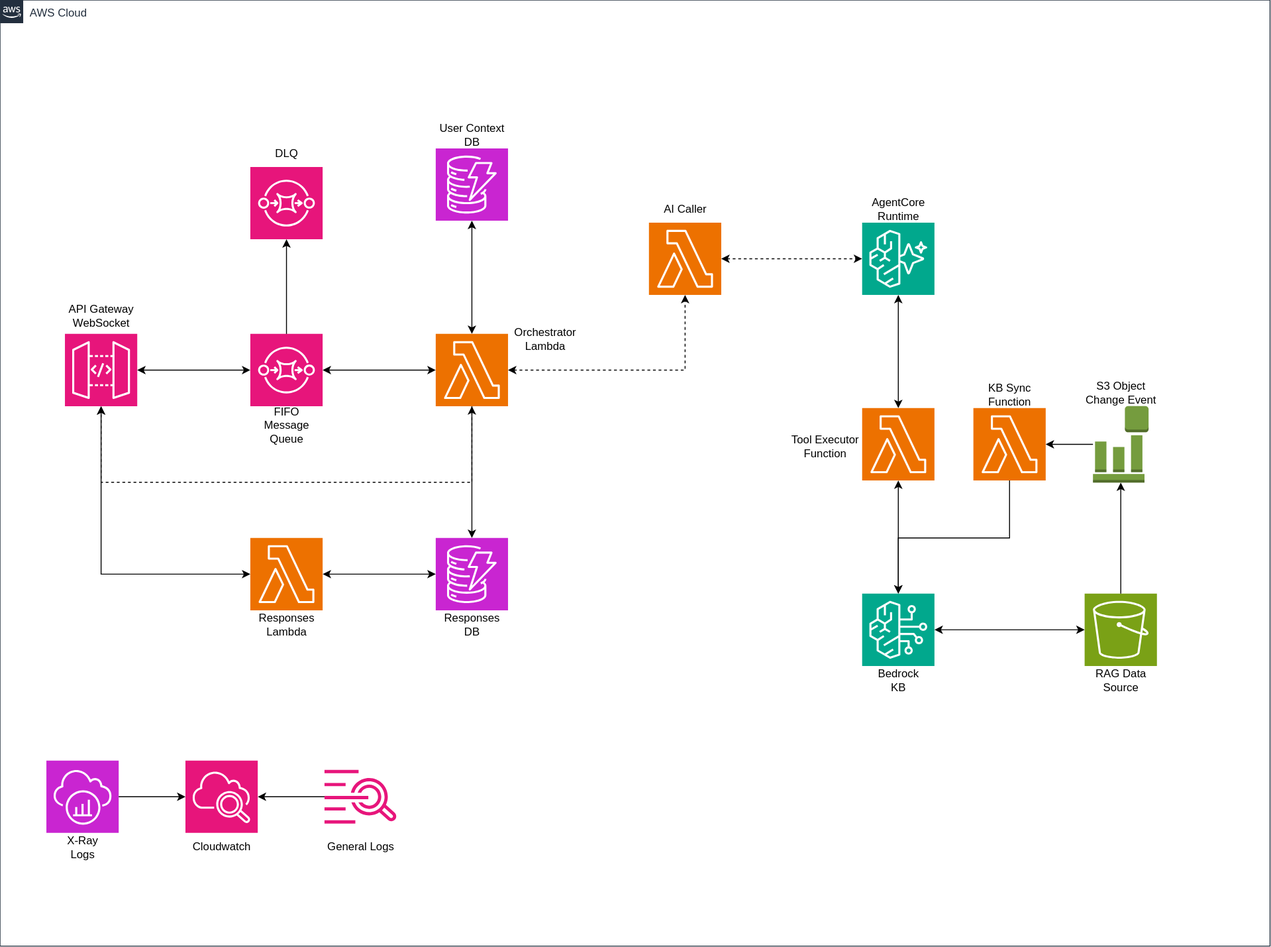
enriqTS/internal-repos-proj keeps this draw.io diagram as templates/chatbot-rag-agentcore-ws-streaming/docs/arquitetura/chatbot-agentcore-ws-streaming.drawio.svg. Above is the earlier version. Source tidied: cells renumbered, new cells last; positions are measured from the earlier drawing's top-left corner, leaving out a move shared by most shapes.
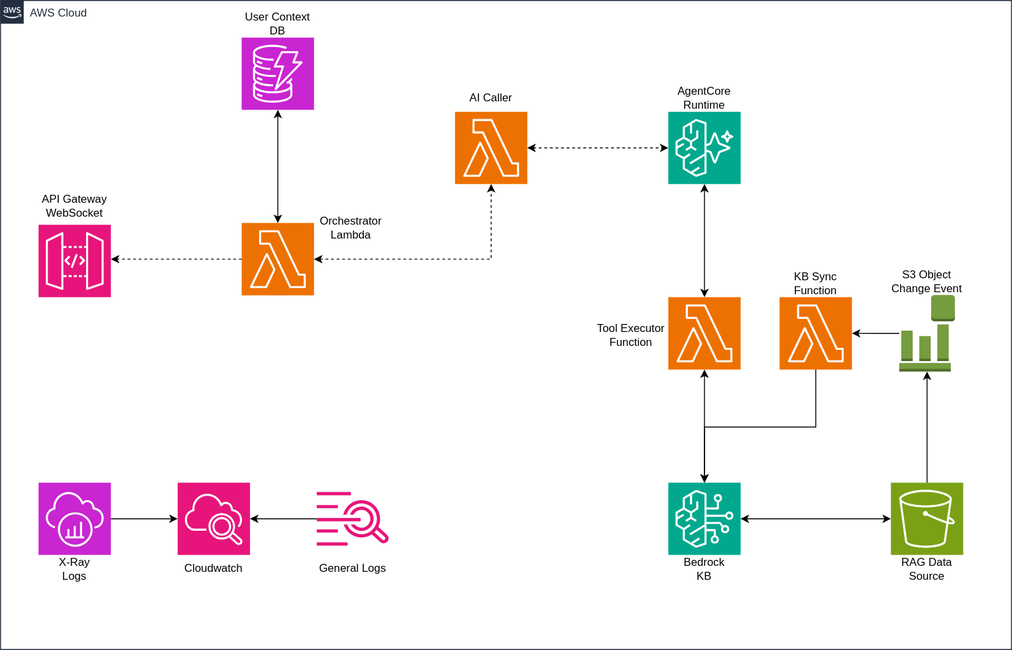
The same diagram one commit later.

Commit message:
docs: update architecture diagrams for WebSocket streaming and non-streaming variants

Diff of the diagram source:
```diff
@@ -3,26 +3,14 @@
     <mxCell id="0" />
     <mxCell id="1" parent="0" />
     <mxCell id="2" value="AWS Cloud" style="gradientColor=none;html=1;whiteSpace=wrap;fontSize=12;fontStyle=0;shape=mxgraph.aws4.group;grIcon=mxgraph.aws4.group_aws_cloud_alt;strokeColor=#232F3E;fillColor=none;verticalAlign=top;align=left;spacingLeft=30;fontColor=#232F3E;dashed=0;" parent="1" vertex="1">
-      <mxGeometry width="1370" height="1020" as="geometry" />
+      <mxGeometry x="210" y="120" width="1090" height="700" as="geometry" />
     </mxCell>
     <mxCell id="3" style="sketch=0;points=[[0,0,0],[0.25,0,0],[0.5,0,0],[0.75,0,0],[1,0,0],[0,1,0],[0.25,1,0],[0.5,1,0],[0.75,1,0],[1,1,0],[0,0.25,0],[0,0.5,0],[0,0.75,0],[1,0.25,0],[1,0.5,0],[1,0.75,0]];outlineConnect=0;fontColor=#232F3E;fillColor=#E7157B;strokeColor=#ffffff;dashed=0;verticalLabelPosition=bottom;verticalAlign=top;align=center;html=1;fontSize=12;fontStyle=0;shape=mxgraph.aws4.resourceIcon;resIcon=mxgraph.aws4.api_gateway;" parent="1" vertex="1">
-      <mxGeometry x="70" y="360" width="78" height="78" as="geometry" />
+      <mxGeometry x="251" y="362" width="78" height="78" as="geometry" />
     </mxCell>
     <mxCell id="4" value="API Gateway WebSocket" style="text;html=1;whiteSpace=wrap;strokeColor=none;fillColor=none;align=center;verticalAlign=middle;rounded=0;" parent="1" vertex="1">
-      <mxGeometry x="69" y="320" width="80" height="40" as="geometry" />
+      <mxGeometry x="250" y="322" width="80" height="40" as="geometry" />
     </mxCell>
-    <mxCell id="5" style="sketch=0;points=[[0,0,0],[0.25,0,0],[0.5,0,0],[0.75,0,0],[1,0,0],[0,1,0],[0.25,1,0],[0.5,1,0],[0.75,1,0],[1,1,0],[0,0.25,0],[0,0.5,0],[0,0.75,0],[1,0.25,0],[1,0.5,0],[1,0.75,0]];outlineConnect=0;fontColor=#232F3E;fillColor=#E7157B;strokeColor=#ffffff;dashed=0;verticalLabelPosition=bottom;verticalAlign=top;align=center;html=1;fontSize=12;fontStyle=0;shape=mxgraph.aws4.resourceIcon;resIcon=mxgraph.aws4.sqs;" parent="1" vertex="1">
-      <mxGeometry x="270" y="360" width="78" height="78" as="geometry" />
-    </mxCell>
-    <mxCell id="6" value="FIFO Message Queue" style="text;html=1;whiteSpace=wrap;strokeColor=none;fillColor=none;align=center;verticalAlign=middle;rounded=0;" parent="1" vertex="1">
-      <mxGeometry x="269" y="438" width="80" height="40" as="geometry" />
-    </mxCell>
-    <mxCell id="7" style="sketch=0;points=[[0,0,0],[0.25,0,0],[0.5,0,0],[0.75,0,0],[1,0,0],[0,1,0],[0.25,1,0],[0.5,1,0],[0.75,1,0],[1,1,0],[0,0.25,0],[0,0.5,0],[0,0.75,0],[1,0.25,0],[1,0.5,0],[1,0.75,0]];outlineConnect=0;fontColor=#232F3E;fillColor=#E7157B;strokeColor=#ffffff;dashed=0;verticalLabelPosition=bottom;verticalAlign=top;align=center;html=1;fontSize=12;fontStyle=0;shape=mxgraph.aws4.resourceIcon;resIcon=mxgraph.aws4.sqs;" parent="1" vertex="1">
-      <mxGeometry x="270" y="180" width="78" height="78" as="geometry" />
-    </mxCell>
-    <mxCell id="8" value="DLQ" style="text;html=1;whiteSpace=wrap;strokeColor=none;fillColor=none;align=center;verticalAlign=middle;rounded=0;" parent="1" vertex="1">
-      <mxGeometry x="279" y="150" width="60" height="30" as="geometry" />
-    </mxCell>
     <mxCell id="9" style="sketch=0;points=[[0,0,0],[0.25,0,0],[0.5,0,0],[0.75,0,0],[1,0,0],[0,1,0],[0.25,1,0],[0.5,1,0],[0.75,1,0],[1,1,0],[0,0.25,0],[0,0.5,0],[0,0.75,0],[1,0.25,0],[1,0.5,0],[1,0.75,0]];outlineConnect=0;fontColor=#232F3E;fillColor=#ED7100;strokeColor=#ffffff;dashed=0;verticalLabelPosition=bottom;verticalAlign=top;align=center;html=1;fontSize=12;fontStyle=0;shape=mxgraph.aws4.resourceIcon;resIcon=mxgraph.aws4.lambda;" parent="1" vertex="1">
       <mxGeometry x="470" y="360" width="78" height="78" as="geometry" />
     </mxCell>
@@ -53,18 +41,6 @@
     <mxCell id="18" value="User Context DB" style="text;html=1;whiteSpace=wrap;strokeColor=none;fillColor=none;align=center;verticalAlign=middle;rounded=0;" parent="1" vertex="1">
       <mxGeometry x="469" y="130" width="80" height="30" as="geometry" />
     </mxCell>
-    <mxCell id="19" style="sketch=0;points=[[0,0,0],[0.25,0,0],[0.5,0,0],[0.75,0,0],[1,0,0],[0,1,0],[0.25,1,0],[0.5,1,0],[0.75,1,0],[1,1,0],[0,0.25,0],[0,0.5,0],[0,0.75,0],[1,0.25,0],[1,0.5,0],[1,0.75,0]];outlineConnect=0;fontColor=#232F3E;fillColor=#C925D1;strokeColor=#ffffff;dashed=0;verticalLabelPosition=bottom;verticalAlign=top;align=center;html=1;fontSize=12;fontStyle=0;shape=mxgraph.aws4.resourceIcon;resIcon=mxgraph.aws4.dynamodb;" parent="1" vertex="1">
-      <mxGeometry x="470" y="580" width="78" height="78" as="geometry" />
-    </mxCell>
-    <mxCell id="20" value="Responses DB" style="text;html=1;whiteSpace=wrap;strokeColor=none;fillColor=none;align=center;verticalAlign=middle;rounded=0;" parent="1" vertex="1">
-      <mxGeometry x="469" y="658" width="80" height="30" as="geometry" />
-    </mxCell>
-    <mxCell id="21" style="sketch=0;points=[[0,0,0],[0.25,0,0],[0.5,0,0],[0.75,0,0],[1,0,0],[0,1,0],[0.25,1,0],[0.5,1,0],[0.75,1,0],[1,1,0],[0,0.25,0],[0,0.5,0],[0,0.75,0],[1,0.25,0],[1,0.5,0],[1,0.75,0]];outlineConnect=0;fontColor=#232F3E;fillColor=#ED7100;strokeColor=#ffffff;dashed=0;verticalLabelPosition=bottom;verticalAlign=top;align=center;html=1;fontSize=12;fontStyle=0;shape=mxgraph.aws4.resourceIcon;resIcon=mxgraph.aws4.lambda;" parent="1" vertex="1">
-      <mxGeometry x="270" y="580" width="78" height="78" as="geometry" />
-    </mxCell>
-    <mxCell id="22" value="Responses Lambda" style="text;html=1;whiteSpace=wrap;strokeColor=none;fillColor=none;align=center;verticalAlign=middle;rounded=0;" parent="1" vertex="1">
-      <mxGeometry x="269" y="658" width="80" height="30" as="geometry" />
-    </mxCell>
     <mxCell id="23" style="sketch=0;points=[[0,0,0],[0.25,0,0],[0.5,0,0],[0.75,0,0],[1,0,0],[0,1,0],[0.25,1,0],[0.5,1,0],[0.75,1,0],[1,1,0],[0,0.25,0],[0,0.5,0],[0,0.75,0],[1,0.25,0],[1,0.5,0],[1,0.75,0]];outlineConnect=0;fontColor=#232F3E;fillColor=#01A88D;strokeColor=#ffffff;dashed=0;verticalLabelPosition=bottom;verticalAlign=top;align=center;html=1;fontSize=12;fontStyle=0;shape=mxgraph.aws4.resourceIcon;resIcon=mxgraph.aws4.bedrock;" parent="1" vertex="1">
       <mxGeometry x="930" y="640" width="78" height="78" as="geometry" />
     </mxCell>
@@ -90,32 +66,23 @@
       <mxGeometry x="1049" y="410" width="80" height="30" as="geometry" />
     </mxCell>
     <mxCell id="31" style="sketch=0;points=[[0,0,0],[0.25,0,0],[0.5,0,0],[0.75,0,0],[1,0,0],[0,1,0],[0.25,1,0],[0.5,1,0],[0.75,1,0],[1,1,0],[0,0.25,0],[0,0.5,0],[0,0.75,0],[1,0.25,0],[1,0.5,0],[1,0.75,0]];outlineConnect=0;fontColor=#232F3E;fillColor=#E7157B;strokeColor=#ffffff;dashed=0;verticalLabelPosition=bottom;verticalAlign=top;align=center;html=1;fontSize=12;fontStyle=0;shape=mxgraph.aws4.resourceIcon;resIcon=mxgraph.aws4.cloudwatch_2;" parent="1" vertex="1">
-      <mxGeometry x="200" y="820" width="78" height="78" as="geometry" />
+      <mxGeometry x="401" y="640" width="78" height="78" as="geometry" />
     </mxCell>
     <mxCell id="32" value="Cloudwatch" style="text;html=1;whiteSpace=wrap;strokeColor=none;fillColor=none;align=center;verticalAlign=middle;rounded=0;" parent="1" vertex="1">
-      <mxGeometry x="203" y="898" width="72" height="30" as="geometry" />
+      <mxGeometry x="404" y="718" width="72" height="30" as="geometry" />
     </mxCell>
     <mxCell id="33" style="sketch=0;points=[[0,0,0],[0.25,0,0],[0.5,0,0],[0.75,0,0],[1,0,0],[0,1,0],[0.25,1,0],[0.5,1,0],[0.75,1,0],[1,1,0],[0,0.25,0],[0,0.5,0],[0,0.75,0],[1,0.25,0],[1,0.5,0],[1,0.75,0]];outlineConnect=0;fontColor=#232F3E;fillColor=#C925D1;strokeColor=#ffffff;dashed=0;verticalLabelPosition=bottom;verticalAlign=top;align=center;html=1;fontSize=12;fontStyle=0;shape=mxgraph.aws4.resourceIcon;resIcon=mxgraph.aws4.xray;" parent="1" vertex="1">
-      <mxGeometry x="50" y="820" width="78" height="78" as="geometry" />
+      <mxGeometry x="251" y="640" width="78" height="78" as="geometry" />
     </mxCell>
     <mxCell id="34" value="X-Ray Logs" style="text;html=1;whiteSpace=wrap;strokeColor=none;fillColor=none;align=center;verticalAlign=middle;rounded=0;" parent="1" vertex="1">
-      <mxGeometry x="59" y="898" width="60" height="30" as="geometry" />
+      <mxGeometry x="260" y="718" width="60" height="30" as="geometry" />
     </mxCell>
     <mxCell id="35" style="sketch=0;outlineConnect=0;fontColor=#232F3E;gradientColor=none;fillColor=#E7157B;strokeColor=none;dashed=0;verticalLabelPosition=bottom;verticalAlign=top;align=center;html=1;fontSize=12;fontStyle=0;shape=mxgraph.aws4.cloudwatch_logs;" parent="1" vertex="1">
-      <mxGeometry x="350" y="830" width="78" height="58" as="geometry" />
+      <mxGeometry x="551" y="650" width="78" height="58" as="geometry" />
     </mxCell>
     <mxCell id="36" value="General Logs" style="text;html=1;whiteSpace=wrap;strokeColor=none;fillColor=none;align=center;verticalAlign=middle;rounded=0;" parent="1" vertex="1">
-      <mxGeometry x="349" y="898" width="80" height="30" as="geometry" />
+      <mxGeometry x="550" y="718" width="80" height="30" as="geometry" />
     </mxCell>
-    <mxCell id="37" style="edgeStyle=orthogonalEdgeStyle;rounded=0;jettySize=auto;html=1;startArrow=classic;startFill=1;" parent="1" edge="1" source="3" target="5">
-      <mxGeometry relative="1" as="geometry" />
-    </mxCell>
-    <mxCell id="38" style="edgeStyle=orthogonalEdgeStyle;rounded=0;jettySize=auto;html=1;" parent="1" edge="1" source="5" target="7">
-      <mxGeometry relative="1" as="geometry" />
-    </mxCell>
-    <mxCell id="39" style="edgeStyle=orthogonalEdgeStyle;rounded=0;jettySize=auto;html=1;startArrow=classic;startFill=1;" parent="1" edge="1" source="5" target="9">
-      <mxGeometry relative="1" as="geometry" />
-    </mxCell>
     <mxCell id="40" style="edgeStyle=orthogonalEdgeStyle;rounded=0;jettySize=auto;html=1;startArrow=classic;startFill=1;dashed=1;" parent="1" edge="1" source="9" target="11">
       <mxGeometry relative="1" as="geometry" />
     </mxCell>
@@ -148,27 +115,14 @@
     <mxCell id="48" style="edgeStyle=orthogonalEdgeStyle;rounded=0;jettySize=auto;html=1;startArrow=classic;startFill=1;" parent="1" edge="1" source="9" target="17">
       <mxGeometry relative="1" as="geometry" />
     </mxCell>
-    <mxCell id="49" style="edgeStyle=orthogonalEdgeStyle;rounded=0;jettySize=auto;html=1;startArrow=classic;startFill=1;" parent="1" edge="1" source="9" target="19">
-      <mxGeometry relative="1" as="geometry" />
-    </mxCell>
     <mxCell id="50" style="edgeStyle=orthogonalEdgeStyle;rounded=0;jettySize=auto;html=1;dashed=1;" parent="1" edge="1" source="9" target="3">
       <mxGeometry relative="1" as="geometry">
         <Array as="points">
-          <mxPoint x="509" y="520" />
-          <mxPoint x="109" y="520" />
+          <mxPoint x="300" y="399" />
+          <mxPoint x="300" y="399" />
         </Array>
       </mxGeometry>
     </mxCell>
-    <mxCell id="51" style="edgeStyle=orthogonalEdgeStyle;rounded=0;jettySize=auto;html=1;startArrow=classic;startFill=1;" parent="1" edge="1" source="3" target="21">
-      <mxGeometry relative="1" as="geometry">
-        <Array as="points">
-          <mxPoint x="109" y="619" />
-        </Array>
-      </mxGeometry>
-    </mxCell>
-    <mxCell id="52" style="edgeStyle=orthogonalEdgeStyle;rounded=0;jettySize=auto;html=1;startArrow=classic;startFill=1;" parent="1" edge="1" source="21" target="19">
-      <mxGeometry relative="1" as="geometry" />
-    </mxCell>
     <mxCell id="53" style="edgeStyle=orthogonalEdgeStyle;rounded=0;jettySize=auto;html=1;" parent="1" edge="1" source="33" target="31">
       <mxGeometry relative="1" as="geometry" />
     </mxCell>
```
